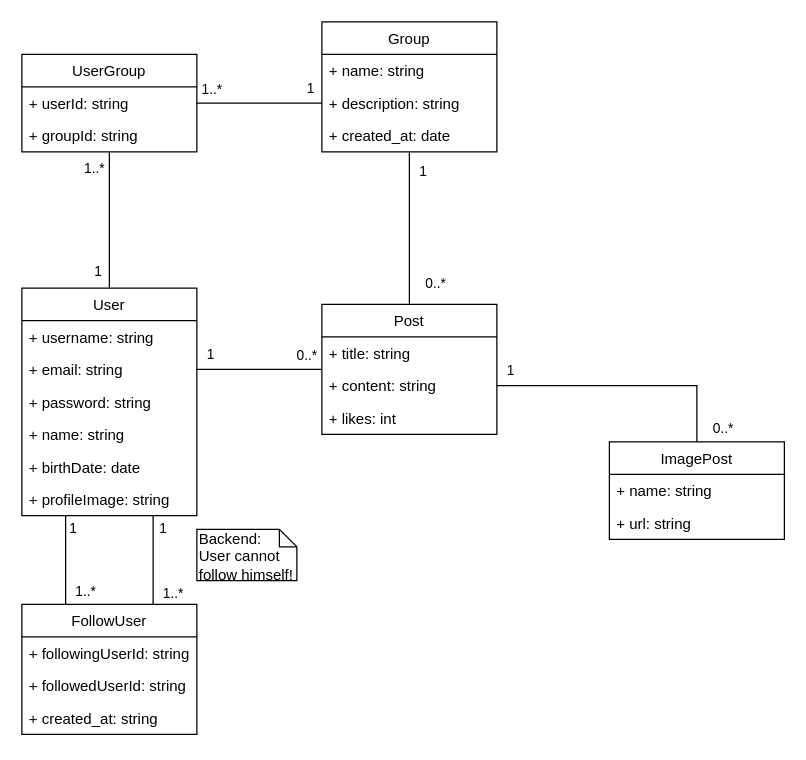
Earlier version of the draw.io diagram week13/Programmeerproject/DomainModel.drawio (iliwili/ENCORA). Source tidied: cells renumbered, new cells numbered last; positions are measured from the earlier drawing's top-left corner, leaving out a move shared by most shapes. Both pictures are drawn from the tidied source at 125%, with x=0, y=0 at pixel (21, 21).
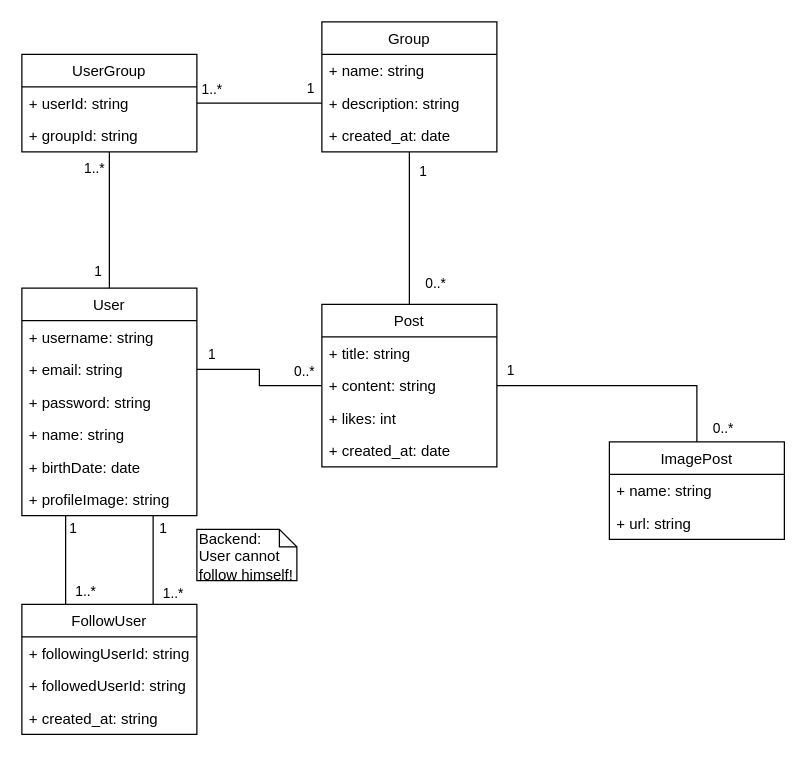
After the change.

Commit message:
change domain model

What changed in the source:
```diff
@@
     <mxCell id="2" value="Post" style="swimlane;fontStyle=0;horizontal=1;startSize=26;fillColor=none;" parent="1" vertex="1">
-      <mxGeometry x="240" y="226" width="140" height="104" as="geometry" />
+      <mxGeometry x="240" y="226" width="140" height="130" as="geometry" />
     </mxCell>
@@
+    <mxCell id="49" value="+ created_at: date" style="text;strokeColor=none;fillColor=none;align=left;verticalAlign=top;spacingLeft=4;spacingRight=4;overflow=hidden;" parent="2" vertex="1">
+      <mxGeometry y="104" width="140" height="26" as="geometry" />
+    </mxCell>
```
